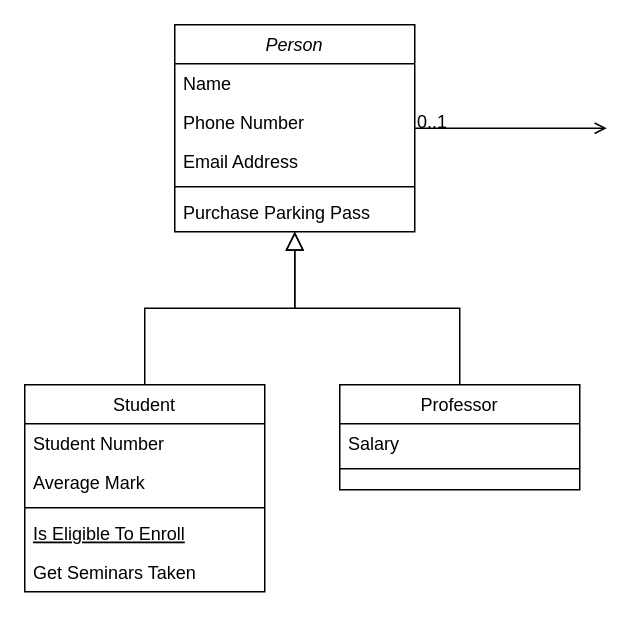
curso-java-impacta-2024/projeto-imdb keeps this draw.io diagram as Diagrama sem nome.drawio. Above is the earlier version. Source tidied: cells renumbered, new cells numbered last; positions are measured from the earlier drawing's top-left corner, leaving out a move shared by most shapes. Both pictures are drawn from the tidied source at 150%, with x=0, y=0 at pixel (24, 24).
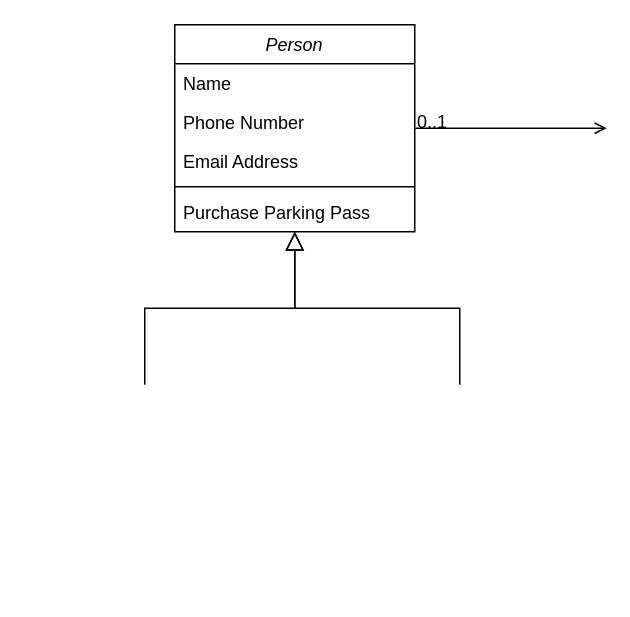
The same page after the edit.

Unchanged cells that the change refers to:
```xml
<mxCell id="2" value="Person" style="swimlane;fontStyle=2;align=center;verticalAlign=top;horizontal=1;startSize=26;rounded=0;shadow=0;strokeWidth=1;" parent="1" vertex="1">
  <mxGeometry x="100" width="160" height="138" as="geometry" />
</mxCell>
```

What changed in the source:
```diff
@@
-    <mxCell id="8" value="Student" style="swimlane;fontStyle=0;align=center;verticalAlign=top;horizontal=1;startSize=26;rounded=0;shadow=0;strokeWidth=1;" parent="1" vertex="1">
-      <mxGeometry y="240" width="160" height="138" as="geometry" />
-    </mxCell>
-    <mxCell id="9" value="Student Number" style="text;align=left;verticalAlign=top;spacingLeft=4;spacingRight=4;overflow=hidden;" parent="8" vertex="1">
-      <mxGeometry y="26" width="160" height="26" as="geometry" />
-    </mxCell>
-    <mxCell id="10" value="Average Mark" style="text;align=left;verticalAlign=top;spacingLeft=4;spacingRight=4;overflow=hidden;rounded=0;shadow=0;html=0;" parent="8" vertex="1">
-      <mxGeometry y="52" width="160" height="26" as="geometry" />
-    </mxCell>
-    <mxCell id="11" style="line;html=1;strokeWidth=1;align=left;verticalAlign=middle;spacingTop=-1;spacingLeft=3;spacingRight=3;labelPosition=right;" parent="8" vertex="1">
-      <mxGeometry y="78" width="160" height="8" as="geometry" />
-    </mxCell>
-    <mxCell id="12" value="Is Eligible To Enroll" style="text;align=left;verticalAlign=top;spacingLeft=4;spacingRight=4;overflow=hidden;fontStyle=4;" parent="8" vertex="1">
-      <mxGeometry y="86" width="160" height="26" as="geometry" />
-    </mxCell>
-    <mxCell id="13" value="Get Seminars Taken" style="text;align=left;verticalAlign=top;spacingLeft=4;spacingRight=4;overflow=hidden;" parent="8" vertex="1">
-      <mxGeometry y="112" width="160" height="26" as="geometry" />
-    </mxCell>
-    <mxCell id="14" style="endArrow=block;endSize=10;endFill=0;shadow=0;strokeWidth=1;rounded=0;curved=0;edgeStyle=elbowEdgeStyle;elbow=vertical;" parent="1" edge="1" source="8" target="2">
-      <mxGeometry relative="1" as="geometry" />
+    <mxCell id="14" style="endArrow=block;endSize=10;endFill=0;shadow=0;strokeWidth=1;rounded=0;curved=0;edgeStyle=elbowEdgeStyle;elbow=vertical;" parent="1" edge="1" target="2">
+      <mxGeometry relative="1" as="geometry">
+        <mxPoint x="80" y="240" as="sourcePoint" />
+      </mxGeometry>
     </mxCell>
-    <mxCell id="15" value="Professor" style="swimlane;fontStyle=0;align=center;verticalAlign=top;horizontal=1;startSize=26;rounded=0;shadow=0;strokeWidth=1;" parent="1" vertex="1">
-      <mxGeometry x="210" y="240" width="160" height="70" as="geometry" />
-    </mxCell>
-    <mxCell id="16" value="Salary" style="text;align=left;verticalAlign=top;spacingLeft=4;spacingRight=4;overflow=hidden;" parent="15" vertex="1">
-      <mxGeometry y="26" width="160" height="26" as="geometry" />
-    </mxCell>
-    <mxCell id="17" style="line;html=1;strokeWidth=1;align=left;verticalAlign=middle;spacingTop=-1;spacingLeft=3;spacingRight=3;labelPosition=right;" parent="15" vertex="1">
-      <mxGeometry y="52" width="160" height="8" as="geometry" />
-    </mxCell>
-    <mxCell id="18" style="endArrow=block;endSize=10;endFill=0;shadow=0;strokeWidth=1;rounded=0;curved=0;edgeStyle=elbowEdgeStyle;elbow=vertical;" parent="1" edge="1" source="15" target="2">
-      <mxGeometry relative="1" as="geometry" />
+    <mxCell id="18" style="endArrow=block;endSize=10;endFill=0;shadow=0;strokeWidth=1;rounded=0;curved=0;edgeStyle=elbowEdgeStyle;elbow=vertical;" parent="1" edge="1" target="2">
+      <mxGeometry relative="1" as="geometry">
+        <mxPoint x="290" y="240" as="sourcePoint" />
+      </mxGeometry>
     </mxCell>
```
